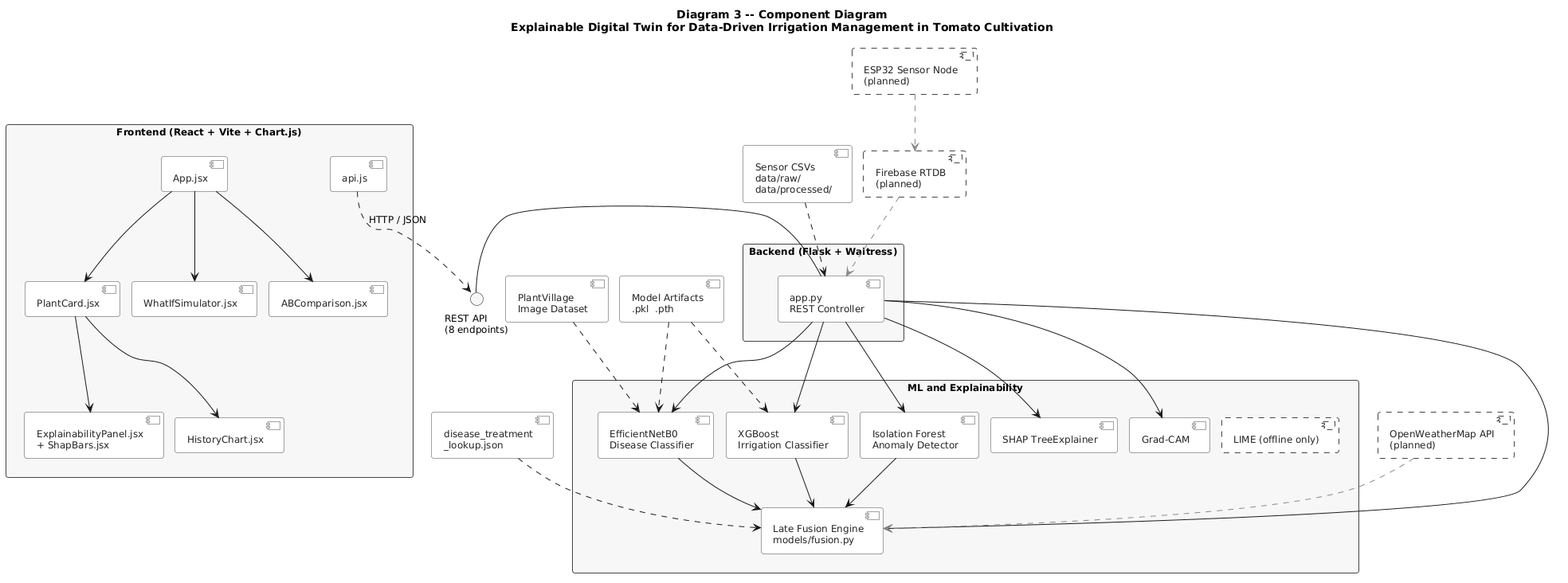
Earlier version of the PlantUML export docs/uml/03_component.png (karthikG0017/An-Explainable-Digital-Twin-for-Data-Driven-Irrigation-Management-in-Tomato-Plant-Cultivation).
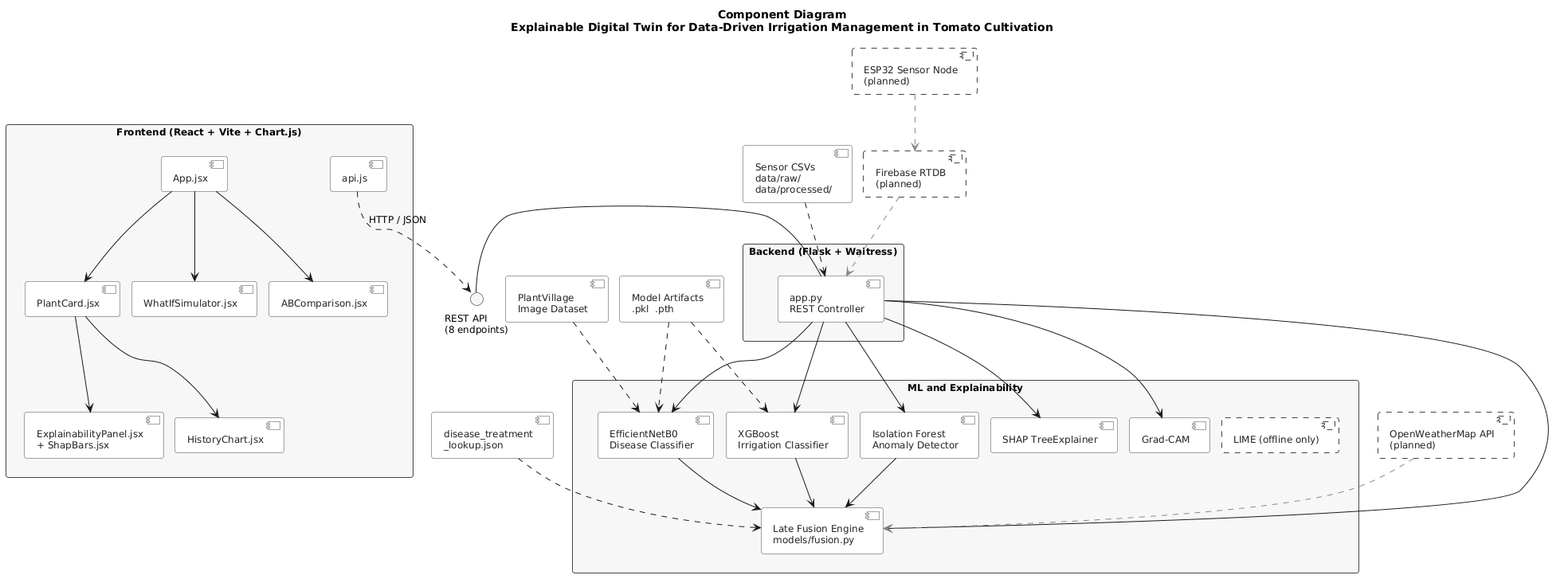
After the commit.

Change to the diagram source:
```diff
@@ -25,7 +25,7 @@
   BorderColor #444444
 }
 
-title <b>Diagram 3 -- Component Diagram</b>\nExplainable Digital Twin for Data-Driven Irrigation Management in Tomato Cultivation
+title <b>Component Diagram</b>\nExplainable Digital Twin for Data-Driven Irrigation Management in Tomato Cultivation
 
 
 component [ESP32 Sensor Node\n(planned)] as ESP32 #white;line.dashed
```
